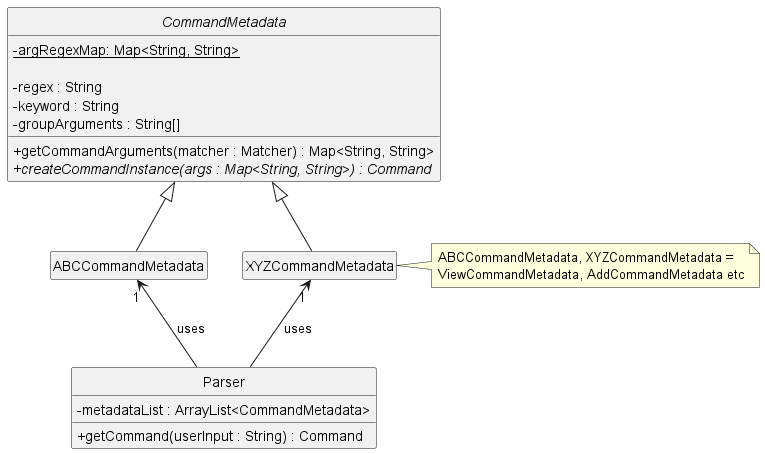
Above: docs/diagrams/ParserClassDiagram.png in fungg0/tp (PlantUML), before the change. Source of this version:
```plantuml
@startuml

skinparam classAttributeIconSize 0
hide empty members
hide circle

class Parser {
    - metadataList : ArrayList<CommandMetadata>
    + getCommand(userInput : String) : Command
}

abstract class CommandMetadata {
    - {static} argRegexMap: Map<String, String>

    - regex : String
    - keyword : String
    - groupArguments : String[]

    + getCommandArguments(matcher : Matcher) : Map<String, String>
    + {abstract} createCommandInstance(args : Map<String, String>) : Command
}

class ABCCommandMetadata extends CommandMetadata {}
class XYZCommandMetadata extends CommandMetadata {}

note right of XYZCommandMetadata
  ABCCommandMetadata, XYZCommandMetadata =
  ViewCommandMetadata, AddCommandMetadata etc
end note

Parser -up-> "1" XYZCommandMetadata : uses
Parser -up-> "1" ABCCommandMetadata : uses

@enduml
```
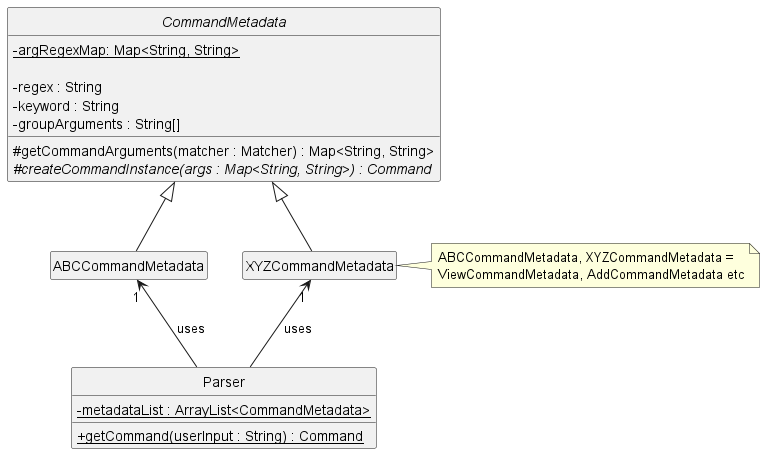
The same diagram one commit later.

Commit message:
Update parser DG and diagrams

Diff of the diagram source:
```diff
@@ -5,8 +5,8 @@
 hide circle
 
 class Parser {
-    - metadataList : ArrayList<CommandMetadata>
-    + getCommand(userInput : String) : Command
+    - {static} metadataList : ArrayList<CommandMetadata>
+    + {static} getCommand(userInput : String) : Command
 }
 
 abstract class CommandMetadata {
@@ -16,8 +16,8 @@
     - keyword : String
     - groupArguments : String[]
 
-    + getCommandArguments(matcher : Matcher) : Map<String, String>
-    + {abstract} createCommandInstance(args : Map<String, String>) : Command
+    # getCommandArguments(matcher : Matcher) : Map<String, String>
+    # {abstract} createCommandInstance(args : Map<String, String>) : Command
 }
 
 class ABCCommandMetadata extends CommandMetadata {}
```
